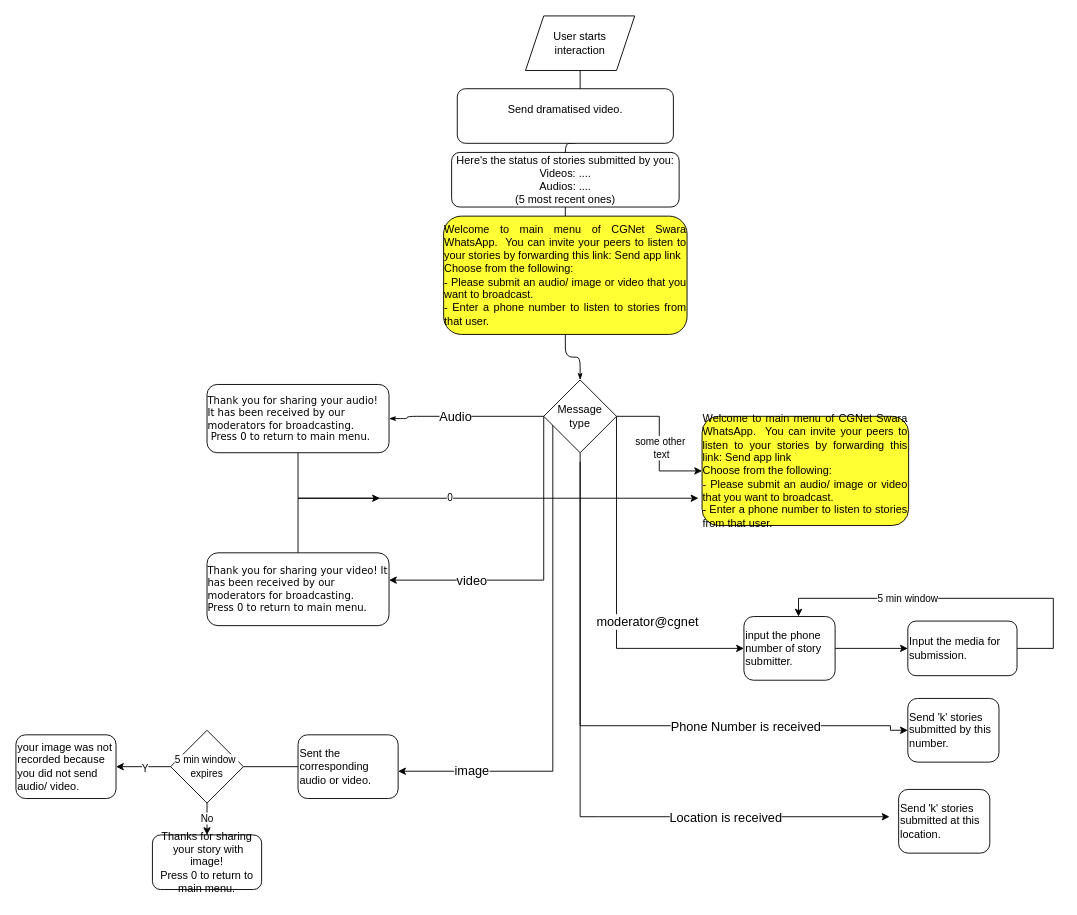
Earlier version of the draw.io diagram page "5 may" (6 of 6) of DisseminationFlow.drawio (PriyankaVerma98/CGNetSwara-WhatsApp). Source tidied: cells renumbered, new cells numbered last; positions are measured from the earlier drawing's top-left corner, leaving out a move shared by most shapes. Both pictures are drawn from the tidied source at 91%, with x=0, y=0 at pixel (15, 15).
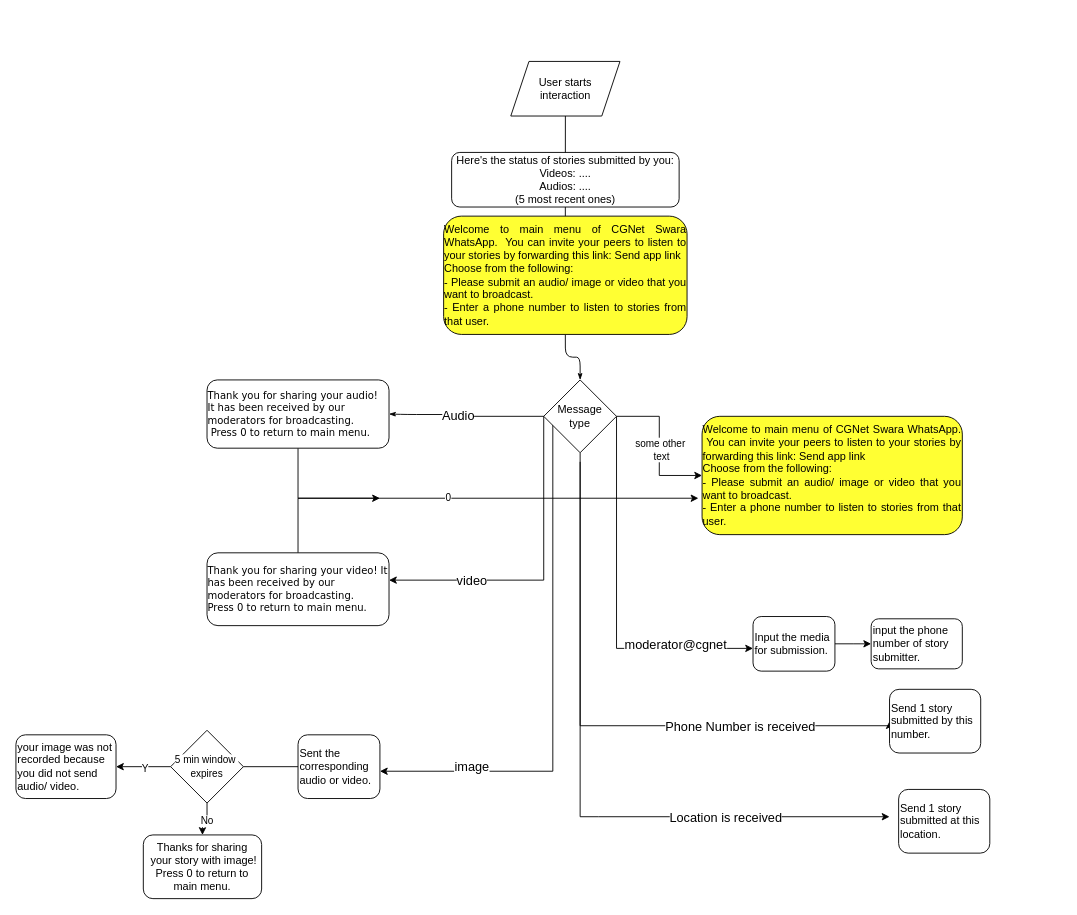
Above is the later version.

Unchanged cells that the change refers to:
```xml
<mxCell id="9" style="edgeStyle=orthogonalEdgeStyle;rounded=0;jettySize=auto;html=1;" parent="1" edge="1" target="27">
  <mxGeometry relative="1" as="geometry">
    <mxPoint x="580" y="440" as="sourcePoint" />
    <Array as="points">
      <mxPoint x="590" y="440" />
      <mxPoint x="590" y="830" />
    </Array>
  </mxGeometry>
</mxCell>
<mxCell id="17" value="Message &lt;br&gt;type" style="rhombus;whiteSpace=wrap;html=1;" parent="1" vertex="1">
  <mxGeometry x="580" y="400" width="80" height="80" as="geometry" />
</mxCell>
```

Diff of the diagram source:
```diff
@@
     <mxCell id="2" value="User starts &lt;br&gt;interaction" style="shape=parallelogram;perimeter=parallelogramPerimeter;whiteSpace=wrap;html=1;fixedSize=1;" parent="1" vertex="1">
-      <mxGeometry x="560" width="120" height="60" as="geometry" />
+      <mxGeometry x="543.8" y="50" width="120" height="60" as="geometry" />
     </mxCell>
     <mxCell id="3" style="edgeStyle=orthogonalEdgeStyle;rounded=1;html=1;labelBackgroundColor=none;startArrow=none;startFill=0;startSize=5;endArrow=classicThin;endFill=1;endSize=5;jettySize=auto;strokeWidth=1;fontFamily=Verdana;fontSize=8;exitX=0;exitY=0.5;exitDx=0;exitDy=0;entryX=1;entryY=0.5;entryDx=0;entryDy=0;" parent="1" edge="1" source="17" target="21">
       <mxGeometry relative="1" as="geometry">
         <Array as="points">
-          <mxPoint x="430" y="440" />
-          <mxPoint x="430" y="443" />
+          <mxPoint x="490" y="440" />
+          <mxPoint x="490" y="438" />
+          <mxPoint x="430" y="438" />
         </Array>
       </mxGeometry>
     </mxCell>
@@
     <mxCell id="10" value="&lt;font style=&quot;font-size: 14px&quot;&gt;image&lt;/font&gt;" style="edgeLabel;html=1;align=center;verticalAlign=middle;" parent="9" vertex="1">
       <mxGeometry x="-0.39" y="3" relative="1" as="geometry">
-        <mxPoint x="-93" y="225" as="offset" />
+        <mxPoint x="-93" y="214" as="offset" />
       </mxGeometry>
     </mxCell>
-    <mxCell id="11" style="edgeStyle=orthogonalEdgeStyle;rounded=0;jettySize=auto;html=1;exitX=1;exitY=0.5;exitDx=0;exitDy=0;entryX=0;entryY=0.5;entryDx=0;entryDy=0;" parent="1" edge="1" source="17" target="29">
+    <mxCell id="11" style="edgeStyle=orthogonalEdgeStyle;rounded=0;jettySize=auto;html=1;exitX=1;exitY=0.5;exitDx=0;exitDy=0;" parent="1" edge="1" source="17">
       <mxGeometry relative="1" as="geometry">
+        <mxPoint x="810" y="695" as="targetPoint" />
         <Array as="points">
           <mxPoint x="660" y="695" />
         </Array>
       </mxGeometry>
     </mxCell>
     <mxCell id="12" value="&lt;font style=&quot;font-size: 14px&quot;&gt;moderator@cgnet&lt;/font&gt;" style="edgeLabel;html=1;align=center;verticalAlign=middle;" parent="11" vertex="1">
       <mxGeometry x="0.69" y="4" relative="1" as="geometry">
-        <mxPoint x="-46" y="-26" as="offset" />
+        <mxPoint x="-23" y="-1" as="offset" />
       </mxGeometry>
     </mxCell>
@@
     <mxCell id="21" value="&lt;p&gt;&lt;/p&gt;&lt;div&gt;&lt;div style=&quot;text-align: left&quot;&gt;&lt;span style=&quot;font-size: 11px&quot;&gt;Thank you for sharing&amp;nbsp;&lt;/span&gt;&lt;span style=&quot;font-size: 11px&quot;&gt;your audio! I&lt;/span&gt;&lt;span style=&quot;font-size: 11px&quot;&gt;t has been received by our moderators for broadcasting.&amp;nbsp;&lt;/span&gt;&lt;/div&gt;&lt;div style=&quot;text-align: left&quot;&gt;&lt;span style=&quot;font-size: 11px&quot;&gt;&amp;nbsp;&lt;/span&gt;&lt;span style=&quot;font-size: 11px&quot;&gt;Press 0 to return to main menu.&amp;nbsp;&lt;/span&gt;&lt;/div&gt;&lt;/div&gt;&lt;p&gt;&lt;/p&gt;" style="rounded=1;whiteSpace=wrap;html=1;shadow=0;labelBackgroundColor=none;strokeWidth=1;fontFamily=Verdana;fontSize=8;align=center;" parent="1" vertex="1">
-      <mxGeometry x="210" y="405" width="200" height="75" as="geometry" />
+      <mxGeometry x="210" y="400" width="200" height="75" as="geometry" />
     </mxCell>
     <mxCell id="22" value="&lt;div style=&quot;text-align: justify&quot;&gt;&lt;div&gt;&lt;div&gt;&lt;span style=&quot;text-align: center&quot;&gt;Welcome to main menu of CGNet Swara WhatsApp. &amp;nbsp;&lt;/span&gt;&lt;span style=&quot;text-align: center&quot;&gt;You can invite your peers to listen to your stories by forwarding this link: Send app link&lt;/span&gt;&lt;/div&gt;&lt;div&gt;&lt;span style=&quot;text-align: center&quot;&gt;Choose from the following:&lt;/span&gt;&lt;br&gt;&lt;/div&gt;&lt;div&gt;&lt;span style=&quot;text-align: center&quot;&gt;- Please submit an audio/ image or video that you want to broadcast.&lt;/span&gt;&lt;/div&gt;&lt;div&gt;- Enter a phone number to listen to stories from that user.&lt;/div&gt;&lt;/div&gt;&lt;/div&gt;" style="rounded=1;whiteSpace=wrap;html=1;fillColor=#FFFF33;" parent="1" vertex="1">
-      <mxGeometry x="754" y="440" width="227" height="120" as="geometry" />
+      <mxGeometry x="754" y="440" width="286" height="130" as="geometry" />
     </mxCell>
@@
     <mxCell id="27" value="Sent the corresponding audio or video." style="rounded=1;whiteSpace=wrap;html=1;align=left;" parent="1" vertex="1">
-      <mxGeometry x="310" y="790" width="110" height="70" as="geometry" />
+      <mxGeometry x="310" y="790" width="90" height="70" as="geometry" />
     </mxCell>
-    <mxCell id="28" style="edgeStyle=orthogonalEdgeStyle;rounded=0;jettySize=auto;html=1;" parent="1" edge="1" source="29" target="32">
-      <mxGeometry relative="1" as="geometry" />
-    </mxCell>
-    <mxCell id="29" value="input the phone number of story submitter." style="rounded=1;whiteSpace=wrap;html=1;align=left;" parent="1" vertex="1">
-      <mxGeometry x="800" y="660" width="100.2" height="70" as="geometry" />
-    </mxCell>
-    <mxCell id="30" style="edgeStyle=orthogonalEdgeStyle;rounded=0;jettySize=auto;html=1;exitX=1;exitY=0.5;exitDx=0;exitDy=0;" parent="1" edge="1" source="32">
-      <mxGeometry relative="1" as="geometry">
-        <mxPoint x="860" y="660" as="targetPoint" />
-        <Array as="points">
-          <mxPoint x="1140" y="695" />
-          <mxPoint x="1140" y="640" />
-          <mxPoint x="860" y="640" />
-        </Array>
-      </mxGeometry>
-    </mxCell>
-    <mxCell id="31" value="5 min window" style="edgeLabel;html=1;align=center;verticalAlign=middle;" parent="30" vertex="1">
-      <mxGeometry x="0.29" relative="1" as="geometry" />
-    </mxCell>
+    <mxCell id="44" style="edgeStyle=orthogonalEdgeStyle;rounded=0;jettySize=auto;html=1;" parent="1" edge="1" source="32" target="29">
+      <mxGeometry relative="1" as="geometry" />
+    </mxCell>
     <mxCell id="32" value="Input the media for submission." style="whiteSpace=wrap;html=1;rounded=1;align=left;" parent="1" vertex="1">
-      <mxGeometry x="980.1" y="665" width="120" height="60" as="geometry" />
+      <mxGeometry x="810" y="660" width="90" height="60" as="geometry" />
     </mxCell>
@@
     <mxCell id="37" value="Thanks for sharing &amp;nbsp;your story with image!&lt;br&gt;Press 0 to return to main menu." style="rounded=1;whiteSpace=wrap;html=1;" parent="1" vertex="1">
-      <mxGeometry x="150" y="900" width="120" height="60" as="geometry" />
+      <mxGeometry x="140" y="900" width="130" height="70" as="geometry" />
     </mxCell>
@@
-    <mxCell id="40" value="&lt;div&gt;&lt;span&gt;Send dramatised video.&lt;/span&gt;&lt;/div&gt;&lt;div&gt;&lt;br&gt;&lt;/div&gt;" style="rounded=1;whiteSpace=wrap;html=1;" parent="1" vertex="1">
-      <mxGeometry x="485" y="80" width="237.5" height="60" as="geometry" />
-    </mxCell>
@@
-    <mxCell id="42" value="Send 'k' stories submitted by this number." style="rounded=1;whiteSpace=wrap;html=1;align=left;" parent="1" vertex="1">
-      <mxGeometry x="980.1" y="750" width="100.2" height="70" as="geometry" />
+    <mxCell id="42" value="Send 1 story submitted by this number." style="rounded=1;whiteSpace=wrap;html=1;align=left;" parent="1" vertex="1">
+      <mxGeometry x="960" y="740" width="100.2" height="70" as="geometry" />
     </mxCell>
-    <mxCell id="43" value="Send 'k' stories submitted at this location." style="rounded=1;whiteSpace=wrap;html=1;align=left;" parent="1" vertex="1">
+    <mxCell id="43" value="Send 1 story submitted at this location." style="rounded=1;whiteSpace=wrap;html=1;align=left;" parent="1" vertex="1">
       <mxGeometry x="970" y="850" width="100.2" height="70" as="geometry" />
     </mxCell>
+    <mxCell id="29" value="input the phone number of story submitter." style="rounded=1;whiteSpace=wrap;html=1;align=left;" parent="1" vertex="1">
+      <mxGeometry x="939.8" y="662.5" width="100.2" height="55" as="geometry" />
+    </mxCell>
```
